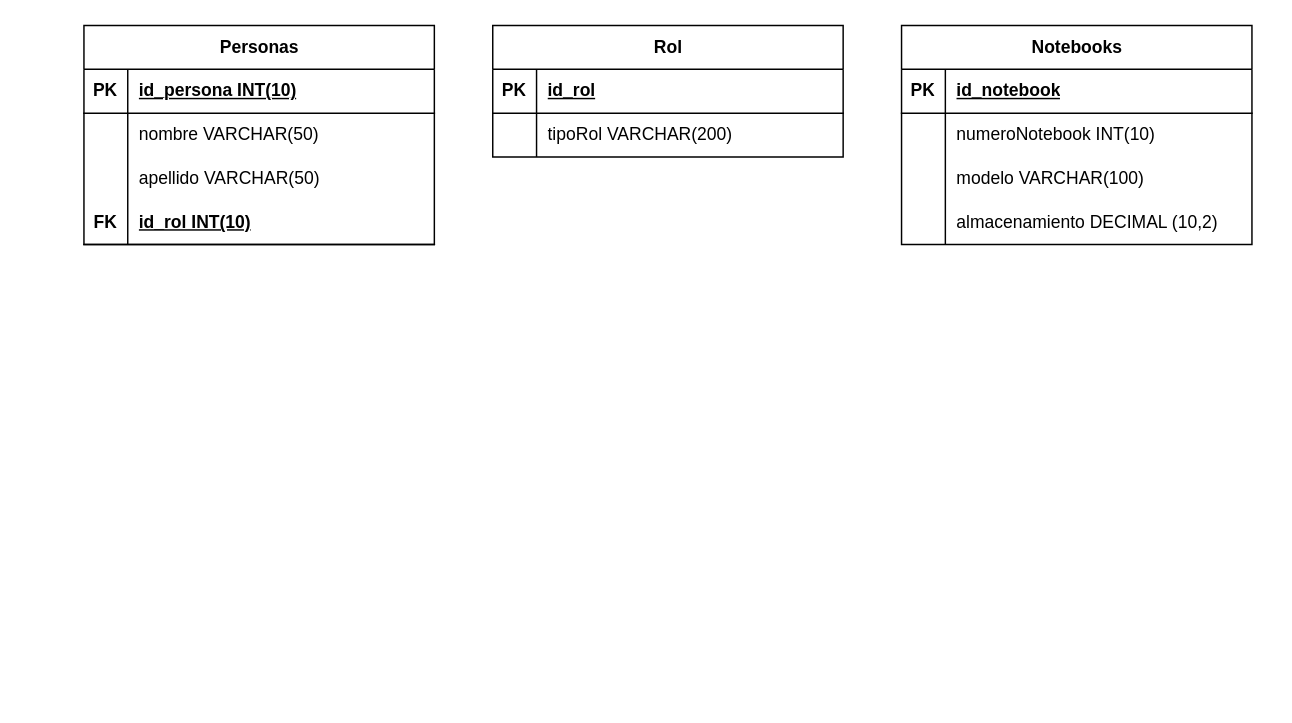
Earlier version of the draw.io diagram Sistema de Gestión de Préstamos de Notebooks en una Universidad.drawio (Francisco-Galea/Diagramas-y-Otros). Source tidied: cells renumbered, new cells numbered last; positions are measured from the earlier drawing's top-left corner, leaving out a move shared by most shapes. Both pictures are drawn from the tidied source at 146%, with x=0, y=0 at pixel (83, 25).
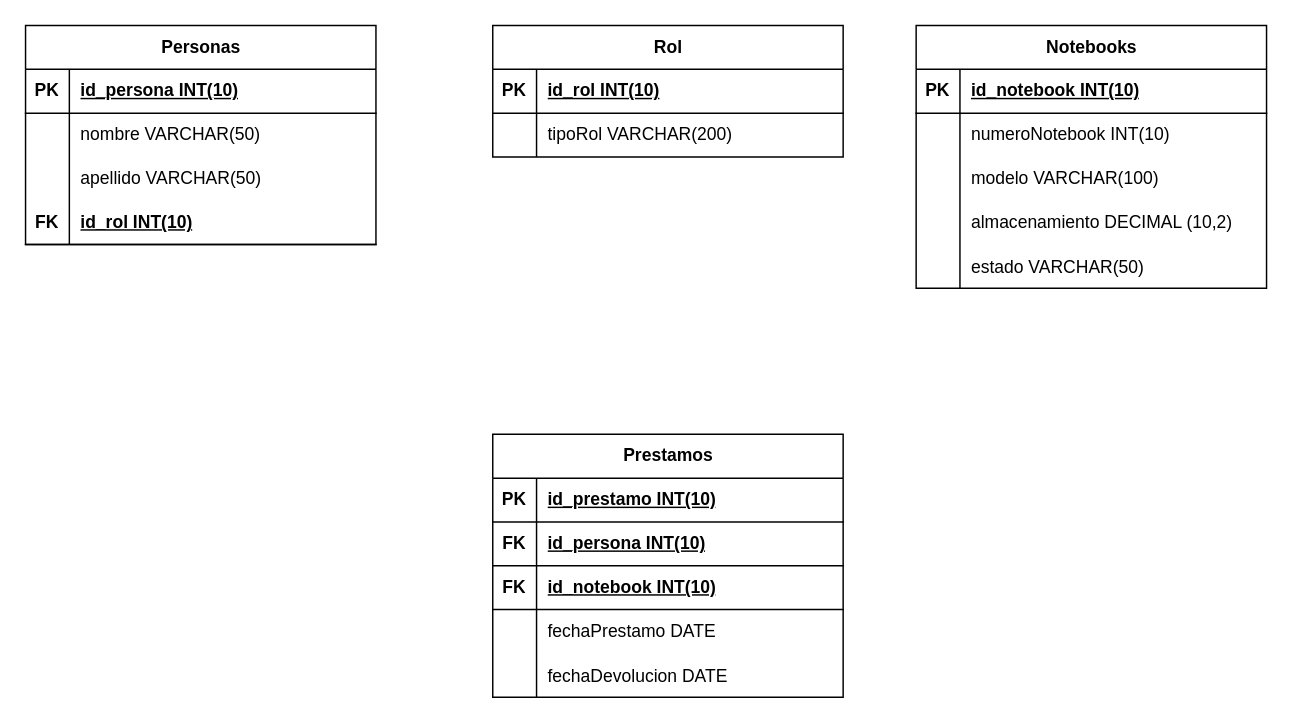
After the change.

The change refers to these unchanged cells:
```xml
<mxCell id="16" style="shape=tableRow;horizontal=0;startSize=0;swimlaneHead=0;swimlaneBody=0;fillColor=none;top=0;left=0;right=0;bottom=1;" parent="15" vertex="1">
  <mxGeometry y="30" width="240" height="30" as="geometry" />
</mxCell>
<mxCell id="23" style="shape=tableRow;horizontal=0;startSize=0;swimlaneHead=0;swimlaneBody=0;fillColor=none;top=0;left=0;right=0;bottom=1;" parent="22" vertex="1">
  <mxGeometry y="30" width="240" height="30" as="geometry" />
</mxCell>
```

What changed in the source:
```diff
@@
     <mxCell id="2" value="Personas" style="shape=table;startSize=30;childLayout=tableLayout;rowLines=0;fontStyle=1;align=center;html=1;" parent="1" vertex="1">
-      <mxGeometry width="240" height="150" as="geometry" />
+      <mxGeometry x="-40" width="240" height="150" as="geometry" />
     </mxCell>
@@
-    <mxCell id="18" value="id_rol" style="shape=partialRectangle;fillColor=none;top=0;left=0;bottom=0;right=0;align=left;spacingLeft=6;fontStyle=5;overflow=hidden;whiteSpace=wrap;html=1;" parent="16" vertex="1">
+    <mxCell id="18" value="id_rol INT(10)" style="shape=partialRectangle;fillColor=none;top=0;left=0;bottom=0;right=0;align=left;spacingLeft=6;fontStyle=5;overflow=hidden;whiteSpace=wrap;html=1;" parent="16" vertex="1">
       <mxGeometry x="30" width="210" height="30" as="geometry" />
     </mxCell>
@@
     <mxCell id="22" value="Notebooks" style="shape=table;startSize=30;childLayout=tableLayout;rowLines=0;fontStyle=1;align=center;html=1;" parent="1" vertex="1">
-      <mxGeometry x="560" width="240" height="150" as="geometry" />
+      <mxGeometry x="570" width="240" height="180" as="geometry" />
     </mxCell>
@@
-    <mxCell id="25" value="id_notebook" style="shape=partialRectangle;fillColor=none;top=0;left=0;bottom=0;right=0;align=left;spacingLeft=6;fontStyle=5;overflow=hidden;whiteSpace=wrap;html=1;" parent="23" vertex="1">
+    <mxCell id="25" value="id_notebook INT(10)" style="shape=partialRectangle;fillColor=none;top=0;left=0;bottom=0;right=0;align=left;spacingLeft=6;fontStyle=5;overflow=hidden;whiteSpace=wrap;html=1;" parent="23" vertex="1">
       <mxGeometry x="30" width="210" height="30" as="geometry" />
     </mxCell>
@@
+    <mxCell id="35" style="shape=tableRow;horizontal=0;startSize=0;swimlaneHead=0;swimlaneBody=0;fillColor=none;top=0;left=0;right=0;bottom=0;" parent="22" vertex="1">
+      <mxGeometry y="150" width="240" height="30" as="geometry" />
+    </mxCell>
+    <mxCell id="36" style="shape=partialRectangle;fillColor=none;top=0;left=0;bottom=0;right=0;overflow=hidden;" parent="35" vertex="1">
+      <mxGeometry width="30" height="30" as="geometry" />
+    </mxCell>
+    <mxCell id="37" value="estado VARCHAR(50)" style="shape=partialRectangle;fillColor=none;top=0;left=0;bottom=0;right=0;align=left;spacingLeft=6;overflow=hidden;" parent="35" vertex="1">
+      <mxGeometry x="30" width="210" height="30" as="geometry" />
+    </mxCell>
+    <mxCell id="38" value="Prestamos" style="shape=table;startSize=30;childLayout=tableLayout;rowLines=0;fontStyle=1;align=center;html=1;" parent="1" vertex="1">
+      <mxGeometry x="280" y="280" width="240" height="180" as="geometry" />
+    </mxCell>
+    <mxCell id="39" style="shape=tableRow;horizontal=0;startSize=0;swimlaneHead=0;swimlaneBody=0;fillColor=none;top=0;left=0;right=0;bottom=1;" parent="38" vertex="1">
+      <mxGeometry y="30" width="240" height="30" as="geometry" />
+    </mxCell>
+    <mxCell id="40" value="PK" style="shape=partialRectangle;fillColor=none;top=0;left=0;bottom=0;right=0;fontStyle=1;overflow=hidden;whiteSpace=wrap;html=1;" parent="39" vertex="1">
+      <mxGeometry width="30" height="30" as="geometry" />
+    </mxCell>
+    <mxCell id="41" value="id_prestamo INT(10)" style="shape=partialRectangle;fillColor=none;top=0;left=0;bottom=0;right=0;align=left;spacingLeft=6;fontStyle=5;overflow=hidden;whiteSpace=wrap;html=1;" parent="39" vertex="1">
+      <mxGeometry x="30" width="210" height="30" as="geometry" />
+    </mxCell>
+    <mxCell id="42" style="shape=tableRow;horizontal=0;startSize=0;swimlaneHead=0;swimlaneBody=0;fillColor=none;top=0;left=0;right=0;bottom=1;" parent="38" vertex="1">
+      <mxGeometry y="60" width="240" height="30" as="geometry" />
+    </mxCell>
+    <mxCell id="43" value="FK" style="shape=partialRectangle;fillColor=none;top=0;left=0;bottom=0;right=0;fontStyle=1;overflow=hidden;whiteSpace=wrap;html=1;" parent="42" vertex="1">
+      <mxGeometry width="30" height="30" as="geometry" />
+    </mxCell>
+    <mxCell id="44" value="id_persona INT(10)" style="shape=partialRectangle;fillColor=none;top=0;left=0;bottom=0;right=0;align=left;spacingLeft=6;fontStyle=5;overflow=hidden;whiteSpace=wrap;html=1;" parent="42" vertex="1">
+      <mxGeometry x="30" width="210" height="30" as="geometry" />
+    </mxCell>
+    <mxCell id="45" style="shape=tableRow;horizontal=0;startSize=0;swimlaneHead=0;swimlaneBody=0;fillColor=none;top=0;left=0;right=0;bottom=1;" parent="38" vertex="1">
+      <mxGeometry y="90" width="240" height="30" as="geometry" />
+    </mxCell>
+    <mxCell id="46" value="FK" style="shape=partialRectangle;fillColor=none;top=0;left=0;bottom=0;right=0;fontStyle=1;overflow=hidden;whiteSpace=wrap;html=1;" parent="45" vertex="1">
+      <mxGeometry width="30" height="30" as="geometry" />
+    </mxCell>
+    <mxCell id="47" value="id_notebook INT(10)" style="shape=partialRectangle;fillColor=none;top=0;left=0;bottom=0;right=0;align=left;spacingLeft=6;fontStyle=5;overflow=hidden;whiteSpace=wrap;html=1;" parent="45" vertex="1">
+      <mxGeometry x="30" width="210" height="30" as="geometry" />
+    </mxCell>
+    <mxCell id="48" style="shape=tableRow;horizontal=0;startSize=0;swimlaneHead=0;swimlaneBody=0;fillColor=none;top=0;left=0;right=0;bottom=0;" parent="38" vertex="1">
+      <mxGeometry y="120" width="240" height="30" as="geometry" />
+    </mxCell>
+    <mxCell id="49" style="shape=partialRectangle;fillColor=none;top=0;left=0;bottom=0;right=0;overflow=hidden;whiteSpace=wrap;html=1;" parent="48" vertex="1">
+      <mxGeometry width="30" height="30" as="geometry" />
+    </mxCell>
+    <mxCell id="50" value="fechaPrestamo DATE" style="shape=partialRectangle;fillColor=none;top=0;left=0;bottom=0;right=0;align=left;spacingLeft=6;overflow=hidden;whiteSpace=wrap;html=1;" parent="48" vertex="1">
+      <mxGeometry x="30" width="210" height="30" as="geometry" />
+    </mxCell>
+    <mxCell id="51" style="shape=tableRow;horizontal=0;startSize=0;swimlaneHead=0;swimlaneBody=0;fillColor=none;top=0;left=0;right=0;bottom=0;" parent="38" vertex="1">
+      <mxGeometry y="150" width="240" height="30" as="geometry" />
+    </mxCell>
+    <mxCell id="52" style="shape=partialRectangle;fillColor=none;top=0;left=0;bottom=0;right=0;overflow=hidden;" parent="51" vertex="1">
+      <mxGeometry width="30" height="30" as="geometry" />
+    </mxCell>
+    <mxCell id="53" value="fechaDevolucion DATE" style="shape=partialRectangle;fillColor=none;top=0;left=0;bottom=0;right=0;align=left;spacingLeft=6;overflow=hidden;" parent="51" vertex="1">
+      <mxGeometry x="30" width="210" height="30" as="geometry" />
+    </mxCell>
```
